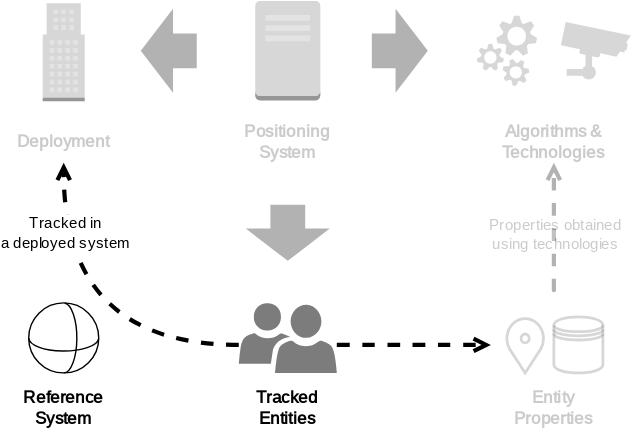
This is slides/iswc2022/images/architecture1.svg from OpenHPS/openhps.org, a draw.io export, as it was before one commit. Source tidied: cells renumbered, new cells last; positions are measured from the earlier drawing's top-left corner, leaving out a move shared by most shapes. Its diagram source:
```xml
<mxGraphModel>
  <root>
    <mxCell id="0" />
    <mxCell id="1" parent="0" />
    <mxCell id="2" style="dashed=0;verticalLabelPosition=bottom;verticalAlign=top;align=center;html=1;shape=mxgraph.aws3.office_building;fillColor=#7D7C7C;gradientColor=none;fontFamily=Inconsolata;strokeColor=default;fontSource=https%3A%2F%2Ffonts.googleapis.com%2Fcss%3Ffamily%3DInconsolata;textOpacity=20;opacity=30;" parent="1" vertex="1">
      <mxGeometry x="30" y="1.8" width="30" height="70" as="geometry" />
    </mxCell>
    <mxCell id="3" value="Algorithms &amp;amp; Technologies" style="text;html=1;strokeColor=none;fillColor=none;align=center;verticalAlign=middle;whiteSpace=wrap;rounded=0;fontFamily=Inconsolata;fontStyle=1;fontSource=https%3A%2F%2Ffonts.googleapis.com%2Fcss%3Ffamily%3DInconsolata;textOpacity=20;" parent="1" vertex="1">
      <mxGeometry x="340" y="85.8" width="110" height="30" as="geometry" />
    </mxCell>
    <mxCell id="4" style="verticalLabelPosition=bottom;sketch=0;html=1;fillColor=#7D7C7C;strokeColor=none;verticalAlign=top;align=center;shape=mxgraph.cisco_safe.technology_icons.icon21;fontFamily=Inconsolata;fontSource=https%3A%2F%2Ffonts.googleapis.com%2Fcss%3Ffamily%3DInconsolata;textOpacity=20;opacity=30;" parent="1" vertex="1">
      <mxGeometry x="340" y="10.8" width="43" height="50" as="geometry" />
    </mxCell>
    <mxCell id="5" style="verticalLabelPosition=bottom;sketch=0;html=1;fillColor=#7D7C7C;strokeColor=none;verticalAlign=top;align=center;shape=mxgraph.cisco_safe.technology_icons.icon10;fontFamily=Inconsolata;fontSource=https%3A%2F%2Ffonts.googleapis.com%2Fcss%3Ffamily%3DInconsolata;textOpacity=20;opacity=30;" parent="1" vertex="1">
      <mxGeometry x="400" y="15.2" width="50" height="41" as="geometry" />
    </mxCell>
    <mxCell id="6" style="dashed=0;verticalLabelPosition=bottom;verticalAlign=top;align=center;html=1;shape=mxgraph.aws3.traditional_server;fillColor=#7D7C7C;gradientColor=none;fontFamily=Inconsolata;strokeColor=default;fontSource=https%3A%2F%2Ffonts.googleapis.com%2Fcss%3Ffamily%3DInconsolata;textOpacity=20;opacity=30;" parent="1" vertex="1">
      <mxGeometry x="181.8" y="0.2" width="46.5" height="71" as="geometry" />
    </mxCell>
    <mxCell id="7" value="&lt;b&gt;Positioning System&lt;/b&gt;" style="text;html=1;strokeColor=none;fillColor=none;align=center;verticalAlign=middle;whiteSpace=wrap;rounded=0;fontFamily=Inconsolata;fontSource=https%3A%2F%2Ffonts.googleapis.com%2Fcss%3Ffamily%3DInconsolata;textOpacity=20;" parent="1" vertex="1">
      <mxGeometry x="160" y="85.8" width="90" height="30" as="geometry" />
    </mxCell>
    <mxCell id="8" value="&lt;b&gt;Deployment&lt;/b&gt;" style="text;html=1;strokeColor=none;fillColor=none;align=center;verticalAlign=middle;whiteSpace=wrap;rounded=0;fontFamily=Inconsolata;fontSource=https%3A%2F%2Ffonts.googleapis.com%2Fcss%3Ffamily%3DInconsolata;textOpacity=20;" parent="1" vertex="1">
      <mxGeometry y="85.8" width="90" height="30" as="geometry" />
    </mxCell>
    <mxCell id="9" style="shape=singleArrow;direction=west;whiteSpace=wrap;html=1;fontFamily=Inconsolata;strokeColor=none;fillColor=#030303;arrowWidth=0.41428604125976565;arrowSize=0.5761917114257813;fontSource=https%3A%2F%2Ffonts.googleapis.com%2Fcss%3Ffamily%3DInconsolata;textOpacity=20;opacity=30;" parent="1" vertex="1">
      <mxGeometry x="100" y="5.8" width="40" height="60" as="geometry" />
    </mxCell>
    <mxCell id="10" style="shape=singleArrow;direction=west;whiteSpace=wrap;html=1;fontFamily=Inconsolata;strokeColor=none;fillColor=#030303;arrowWidth=0.41428604125976565;arrowSize=0.5761917114257813;rotation=-180;fontSource=https%3A%2F%2Ffonts.googleapis.com%2Fcss%3Ffamily%3DInconsolata;textOpacity=20;opacity=30;" parent="1" vertex="1">
      <mxGeometry x="265" y="5.8" width="40" height="60" as="geometry" />
    </mxCell>
    <mxCell id="11" style="edgeStyle=orthogonalEdgeStyle;rounded=0;jettySize=auto;html=1;entryX=0.5;entryY=1;entryDx=0;entryDy=0;fontFamily=Inconsolata;curved=1;strokeWidth=3;dashed=1;endArrow=open;endFill=0;fontSource=https%3A%2F%2Ffonts.googleapis.com%2Fcss%3Ffamily%3DInconsolata;textOpacity=20;opacity=30;" parent="1" edge="1" target="3">
      <mxGeometry relative="1" as="geometry">
        <mxPoint x="395" y="205.8" as="sourcePoint" />
        <Array as="points">
          <mxPoint x="395" y="215.8" />
        </Array>
      </mxGeometry>
    </mxCell>
    <mxCell id="12" value="Properties obtained&lt;br&gt;using technologies" style="edgeLabel;html=1;align=center;verticalAlign=middle;fontFamily=Inconsolata;fontSource=https%3A%2F%2Ffonts.googleapis.com%2Fcss%3Ffamily%3DInconsolata;textOpacity=20;" parent="11" vertex="1">
      <mxGeometry x="0.48" y="27" relative="1" as="geometry">
        <mxPoint x="27" y="22" as="offset" />
      </mxGeometry>
    </mxCell>
    <mxCell id="13" style="edgeStyle=orthogonalEdgeStyle;rounded=0;jettySize=auto;html=1;entryX=0.5;entryY=1;entryDx=0;entryDy=0;fontFamily=Inconsolata;curved=1;strokeWidth=3;dashed=1;endArrow=open;endFill=0;fontSource=https%3A%2F%2Ffonts.googleapis.com%2Fcss%3Ffamily%3DInconsolata;" parent="1" edge="1" source="15" target="8">
      <mxGeometry relative="1" as="geometry">
        <Array as="points">
          <mxPoint x="45" y="245.8" />
        </Array>
      </mxGeometry>
    </mxCell>
    <mxCell id="14" value="Tracked in&lt;br&gt;a deployed system" style="edgeLabel;html=1;align=center;verticalAlign=middle;fontFamily=Inconsolata;fontSource=https%3A%2F%2Ffonts.googleapis.com%2Fcss%3Ffamily%3DInconsolata;" parent="13" vertex="1">
      <mxGeometry x="0.32" y="-21" relative="1" as="geometry">
        <mxPoint x="-21" y="-37" as="offset" />
      </mxGeometry>
    </mxCell>
    <mxCell id="15" style="sketch=0;shadow=0;dashed=0;html=1;strokeColor=none;labelPosition=center;verticalLabelPosition=bottom;verticalAlign=top;align=center;fillColor=#7c7c7c;shape=mxgraph.mscae.intune.user_group;fontFamily=Inconsolata;fontSource=https%3A%2F%2Ffonts.googleapis.com%2Fcss%3Ffamily%3DInconsolata;" parent="1" vertex="1">
      <mxGeometry x="170" y="215.8" width="70" height="50" as="geometry" />
    </mxCell>
    <mxCell id="16" style="shape=singleArrow;direction=west;whiteSpace=wrap;html=1;fontFamily=Inconsolata;strokeColor=none;fillColor=#030303;arrowWidth=0.41428604125976565;arrowSize=0.5761917114257813;rotation=-90;fontSource=https%3A%2F%2Ffonts.googleapis.com%2Fcss%3Ffamily%3DInconsolata;textOpacity=20;opacity=30;" parent="1" vertex="1">
      <mxGeometry x="185" y="135.8" width="40" height="60" as="geometry" />
    </mxCell>
    <mxCell id="17" value="&lt;b&gt;Tracked&lt;br&gt;Entities&lt;br&gt;&lt;/b&gt;" style="text;html=1;strokeColor=none;fillColor=none;align=center;verticalAlign=middle;whiteSpace=wrap;rounded=0;fontFamily=Inconsolata;fontSource=https%3A%2F%2Ffonts.googleapis.com%2Fcss%3Ffamily%3DInconsolata;" parent="1" vertex="1">
      <mxGeometry x="160" y="275.8" width="90" height="30" as="geometry" />
    </mxCell>
    <mxCell id="18" style="html=1;verticalLabelPosition=bottom;align=center;labelBackgroundColor=#ffffff;verticalAlign=top;strokeWidth=2;strokeColor=#7C7C7C;shadow=0;dashed=0;shape=mxgraph.ios7.icons.location;fillColor=none;fontFamily=Inconsolata;fontSource=https%3A%2F%2Ffonts.googleapis.com%2Fcss%3Ffamily%3DInconsolata;textOpacity=20;opacity=30;" parent="1" vertex="1">
      <mxGeometry x="360" y="225.8" width="29" height="40" as="geometry" />
    </mxCell>
    <mxCell id="19" style="shape=datastore;whiteSpace=wrap;html=1;strokeColor=#7C7C7C;fillColor=none;strokeWidth=2;fontFamily=Inconsolata;fontSource=https%3A%2F%2Ffonts.googleapis.com%2Fcss%3Ffamily%3DInconsolata;textOpacity=20;opacity=30;" parent="1" vertex="1">
      <mxGeometry x="395" y="225.8" width="35" height="40" as="geometry" />
    </mxCell>
    <mxCell id="20" value="&lt;b&gt;Entity Properties&lt;/b&gt;" style="text;html=1;strokeColor=none;fillColor=none;align=center;verticalAlign=middle;whiteSpace=wrap;rounded=0;fontFamily=Inconsolata;fontSource=https%3A%2F%2Ffonts.googleapis.com%2Fcss%3Ffamily%3DInconsolata;textOpacity=20;" parent="1" vertex="1">
      <mxGeometry x="350" y="275.8" width="90" height="30" as="geometry" />
    </mxCell>
    <mxCell id="21" style="edgeStyle=orthogonalEdgeStyle;rounded=0;orthogonalLoop=1;jettySize=auto;html=1;fontFamily=Inconsolata;curved=1;strokeWidth=3;dashed=1;endArrow=open;endFill=0;fontSource=https%3A%2F%2Ffonts.googleapis.com%2Fcss%3Ffamily%3DInconsolata;" parent="1" edge="1">
      <mxGeometry relative="1" as="geometry">
        <mxPoint x="240" y="245.8" as="sourcePoint" />
        <mxPoint x="350" y="245.8" as="targetPoint" />
        <Array as="points">
          <mxPoint x="300" y="245.8" />
          <mxPoint x="300" y="245.8" />
        </Array>
      </mxGeometry>
    </mxCell>
    <mxCell id="22" value="&lt;b&gt;Reference&lt;br&gt;System&lt;br&gt;&lt;/b&gt;" style="text;html=1;strokeColor=none;fillColor=none;align=center;verticalAlign=middle;whiteSpace=wrap;rounded=0;fontFamily=Inconsolata;fontSource=https%3A%2F%2Ffonts.googleapis.com%2Fcss%3Ffamily%3DInconsolata;" parent="1" vertex="1">
      <mxGeometry y="275.8" width="90" height="30" as="geometry" />
    </mxCell>
    <mxCell id="23" style="group;fontFamily=Inconsolata;fontSource=https%3A%2F%2Ffonts.googleapis.com%2Fcss%3Ffamily%3DInconsolata;" parent="1" vertex="1">
      <mxGeometry x="20" y="215.8" width="50" height="50" as="geometry" />
    </mxCell>
    <mxCell id="24" style="ellipse;whiteSpace=wrap;html=1;fontFamily=Inconsolata;fontSource=https%3A%2F%2Ffonts.googleapis.com%2Fcss%3Ffamily%3DInconsolata;" parent="23" vertex="1">
      <mxGeometry width="50" height="50" as="geometry" />
    </mxCell>
    <mxCell id="25" style="verticalLabelPosition=bottom;verticalAlign=top;html=1;shape=mxgraph.basic.arc;startAngle=0.011122702613081634;endAngle=0.4984085036175459;fontFamily=Inconsolata;fontSource=https%3A%2F%2Ffonts.googleapis.com%2Fcss%3Ffamily%3DInconsolata;" parent="23" vertex="1">
      <mxGeometry x="15.6" width="18.8" height="50" as="geometry" />
    </mxCell>
    <mxCell id="26" style="verticalLabelPosition=bottom;verticalAlign=top;html=1;shape=mxgraph.basic.arc;startAngle=0.011122702613081634;endAngle=0.4984085036175459;rotation=90;fontFamily=Inconsolata;fontSource=https%3A%2F%2Ffonts.googleapis.com%2Fcss%3Ffamily%3DInconsolata;" parent="23" vertex="1">
      <mxGeometry x="15.6" width="18.8" height="50" as="geometry" />
    </mxCell>
  </root>
</mxGraphModel>
```
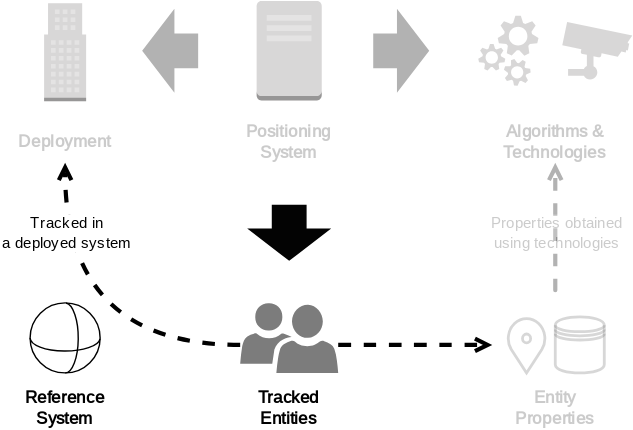
After the change.

The edit, as a diff of the source:
```diff
@@ -57,7 +57,7 @@
     <mxCell id="15" style="sketch=0;shadow=0;dashed=0;html=1;strokeColor=none;labelPosition=center;verticalLabelPosition=bottom;verticalAlign=top;align=center;fillColor=#7c7c7c;shape=mxgraph.mscae.intune.user_group;fontFamily=Inconsolata;fontSource=https%3A%2F%2Ffonts.googleapis.com%2Fcss%3Ffamily%3DInconsolata;" parent="1" vertex="1">
       <mxGeometry x="170" y="215.8" width="70" height="50" as="geometry" />
     </mxCell>
-    <mxCell id="16" style="shape=singleArrow;direction=west;whiteSpace=wrap;html=1;fontFamily=Inconsolata;strokeColor=none;fillColor=#030303;arrowWidth=0.41428604125976565;arrowSize=0.5761917114257813;rotation=-90;fontSource=https%3A%2F%2Ffonts.googleapis.com%2Fcss%3Ffamily%3DInconsolata;textOpacity=20;opacity=30;" parent="1" vertex="1">
+    <mxCell id="16" style="shape=singleArrow;direction=west;whiteSpace=wrap;html=1;fontFamily=Inconsolata;strokeColor=none;fillColor=#030303;arrowWidth=0.41428604125976565;arrowSize=0.5761917114257813;rotation=-90;fontSource=https%3A%2F%2Ffonts.googleapis.com%2Fcss%3Ffamily%3DInconsolata;textOpacity=20;" parent="1" vertex="1">
       <mxGeometry x="185" y="135.8" width="40" height="60" as="geometry" />
     </mxCell>
     <mxCell id="17" value="&lt;b&gt;Tracked&lt;br&gt;Entities&lt;br&gt;&lt;/b&gt;" style="text;html=1;strokeColor=none;fillColor=none;align=center;verticalAlign=middle;whiteSpace=wrap;rounded=0;fontFamily=Inconsolata;fontSource=https%3A%2F%2Ffonts.googleapis.com%2Fcss%3Ffamily%3DInconsolata;" parent="1" vertex="1">
```
